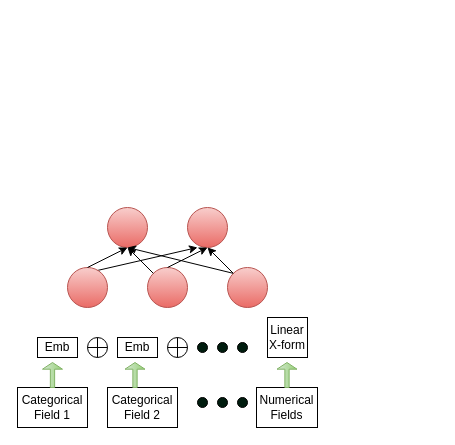
The draw.io diagram conceptFigure/chad_newFigure.drawio in ddatta-DAC/AD_7, before the edit. Source tidied: cells renumbered, new cells numbered last; positions are measured from the earlier drawing's top-left corner, leaving out a move shared by most shapes. Both pictures are drawn from the tidied source at 100%, with x=0, y=0 at pixel (17, 207). Pictures stored in the file or linked from it are replaced by grey dashed boxes.
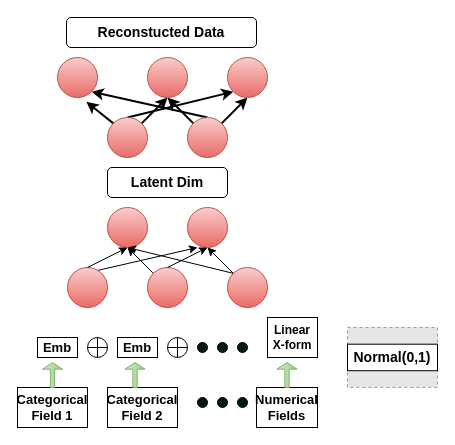
After the change.

The edit, as a diff of the source:
```diff
@@
     <mxCell id="2" style="group;" parent="1" vertex="1">
-      <mxGeometry x="20" width="270" height="160" as="geometry" />
+      <mxGeometry x="20" width="280" height="160" as="geometry" />
     </mxCell>
@@
-    <mxCell id="14" value="Emb" style="rounded=0;whiteSpace=wrap;html=1;" parent="2" vertex="1">
+    <mxCell id="14" value="Emb" style="rounded=0;whiteSpace=wrap;html=1;fontStyle=1;fontSize=13;" parent="2" vertex="1">
       <mxGeometry y="130" width="40" height="20" as="geometry" />
     </mxCell>
@@
-    <mxCell id="16" value="Linear X-form" style="rounded=0;whiteSpace=wrap;html=1;" parent="2" vertex="1">
-      <mxGeometry x="230" y="110" width="40" height="40" as="geometry" />
+    <mxCell id="16" value="Linear X-form" style="rounded=0;whiteSpace=wrap;html=1;fontStyle=1;" parent="2" vertex="1">
+      <mxGeometry x="230" y="110" width="50" height="40" as="geometry" />
     </mxCell>
@@
-    <mxCell id="18" value="Emb" style="rounded=0;whiteSpace=wrap;html=1;" parent="2" vertex="1">
+    <mxCell id="18" value="Emb" style="rounded=0;whiteSpace=wrap;html=1;fontStyle=1;fontSize=13;" parent="2" vertex="1">
       <mxGeometry x="80" y="130" width="40" height="20" as="geometry" />
     </mxCell>
@@
-    <mxCell id="23" value="Categorical Field 1" style="rounded=0;whiteSpace=wrap;html=1;fillColor=#FFFFFF;" parent="1" vertex="1">
+    <mxCell id="23" value="Categorical Field 1" style="rounded=0;whiteSpace=wrap;html=1;fillColor=#FFFFFF;fontStyle=1;fontSize=13;" parent="1" vertex="1">
       <mxGeometry y="180" width="70" height="40" as="geometry" />
     </mxCell>
-    <mxCell id="24" value="Categorical Field 2" style="rounded=0;whiteSpace=wrap;html=1;fillColor=#FFFFFF;" parent="1" vertex="1">
+    <mxCell id="24" value="Categorical Field 2" style="rounded=0;whiteSpace=wrap;html=1;fillColor=#FFFFFF;fontStyle=1;fontSize=13;" parent="1" vertex="1">
       <mxGeometry x="90" y="180" width="70" height="40" as="geometry" />
     </mxCell>
@@
-    <mxCell id="30" value="Numerical&lt;br&gt;Fields" style="rounded=0;whiteSpace=wrap;html=1;fillColor=#FFFFFF;" parent="1" vertex="1">
+    <mxCell id="30" value="Numerical&lt;br style=&quot;font-size: 13px;&quot;&gt;Fields" style="rounded=0;whiteSpace=wrap;html=1;fillColor=#FFFFFF;fontStyle=1;fontSize=13;" parent="1" vertex="1">
       <mxGeometry x="239" y="180" width="61" height="40" as="geometry" />
     </mxCell>
@@
+    <mxCell id="32" value="Latent Dim" style="rounded=1;whiteSpace=wrap;html=1;fillColor=#FFFFFF;fontSize=14;fontStyle=1;" parent="1" vertex="1">
+      <mxGeometry x="90" y="-40" width="120" height="30" as="geometry" />
+    </mxCell>
+    <mxCell id="33" style="fillColor=#E6E6E6;strokeColor=#999999;dashed=1;verticalLabelPosition=bottom;labelBackgroundColor=#ffffff;verticalAlign=top;" parent="1" vertex="1">
+      <mxGeometry x="330" y="120" width="90" height="59.9" as="geometry" />
+    </mxCell>
+    <mxCell id="34" value="Normal(0,1)" style="rounded=0;whiteSpace=wrap;html=1;fillColor=#FFFFFF;fontSize=14;fontStyle=1;" parent="1" vertex="1">
+      <mxGeometry x="330" y="136.7" width="90" height="26.5" as="geometry" />
+    </mxCell>
+    <mxCell id="35" style="edgeStyle=none;rounded=0;jettySize=auto;html=1;exitX=0;exitY=0;exitDx=0;exitDy=0;strokeWidth=2;fontSize=14;" parent="1" edge="1" source="38">
+      <mxGeometry relative="1" as="geometry">
+        <mxPoint x="150" y="-110" as="targetPoint" />
+      </mxGeometry>
+    </mxCell>
+    <mxCell id="36" style="edgeStyle=none;rounded=0;jettySize=auto;html=1;exitX=1;exitY=0;exitDx=0;exitDy=0;entryX=0.5;entryY=1;entryDx=0;entryDy=0;strokeWidth=2;fontSize=14;" parent="1" edge="1" source="38" target="45">
+      <mxGeometry relative="1" as="geometry" />
+    </mxCell>
+    <mxCell id="37" style="edgeStyle=none;rounded=0;jettySize=auto;html=1;exitX=0.5;exitY=0;exitDx=0;exitDy=0;entryX=1;entryY=1;entryDx=0;entryDy=0;strokeWidth=2;fontSize=14;" parent="1" edge="1" source="38" target="44">
+      <mxGeometry relative="1" as="geometry" />
+    </mxCell>
+    <mxCell id="38" style="ellipse;whiteSpace=wrap;html=1;gradientColor=#ea6b66;fillColor=#f8cecc;strokeColor=#b85450;" parent="1" vertex="1">
+      <mxGeometry x="170" y="-90" width="40" height="40" as="geometry" />
+    </mxCell>
+    <mxCell id="39" style="edgeStyle=none;rounded=0;jettySize=auto;html=1;exitX=1;exitY=0;exitDx=0;exitDy=0;entryX=0.5;entryY=1;entryDx=0;entryDy=0;strokeWidth=2;fontSize=14;" parent="1" edge="1" source="42" target="43">
+      <mxGeometry relative="1" as="geometry" />
+    </mxCell>
+    <mxCell id="40" style="edgeStyle=none;rounded=0;jettySize=auto;html=1;exitX=0;exitY=0;exitDx=0;exitDy=0;entryX=0.722;entryY=1.108;entryDx=0;entryDy=0;entryPerimeter=0;strokeWidth=2;fontSize=14;" parent="1" edge="1" source="42" target="44">
+      <mxGeometry relative="1" as="geometry" />
+    </mxCell>
+    <mxCell id="41" style="edgeStyle=none;rounded=0;jettySize=auto;html=1;exitX=0.5;exitY=0;exitDx=0;exitDy=0;entryX=0;entryY=1;entryDx=0;entryDy=0;strokeWidth=2;fontSize=14;" parent="1" edge="1" source="42" target="45">
+      <mxGeometry relative="1" as="geometry" />
+    </mxCell>
+    <mxCell id="42" style="ellipse;whiteSpace=wrap;html=1;gradientColor=#ea6b66;fillColor=#f8cecc;strokeColor=#b85450;" parent="1" vertex="1">
+      <mxGeometry x="90" y="-90" width="40" height="40" as="geometry" />
+    </mxCell>
+    <mxCell id="43" style="ellipse;whiteSpace=wrap;html=1;gradientColor=#ea6b66;fillColor=#f8cecc;strokeColor=#b85450;" parent="1" vertex="1">
+      <mxGeometry x="130" y="-150" width="40" height="40" as="geometry" />
+    </mxCell>
+    <mxCell id="44" style="ellipse;whiteSpace=wrap;html=1;gradientColor=#ea6b66;fillColor=#f8cecc;strokeColor=#b85450;" parent="1" vertex="1">
+      <mxGeometry x="40" y="-150" width="40" height="40" as="geometry" />
+    </mxCell>
+    <mxCell id="45" style="ellipse;whiteSpace=wrap;html=1;gradientColor=#ea6b66;fillColor=#f8cecc;strokeColor=#b85450;" parent="1" vertex="1">
+      <mxGeometry x="210" y="-150" width="40" height="40" as="geometry" />
+    </mxCell>
+    <mxCell id="46" value="Reconstucted Data" style="rounded=1;whiteSpace=wrap;html=1;fillColor=#FFFFFF;fontSize=14;fontStyle=1;" parent="1" vertex="1">
+      <mxGeometry x="49" y="-190" width="190" height="30" as="geometry" />
+    </mxCell>
```
